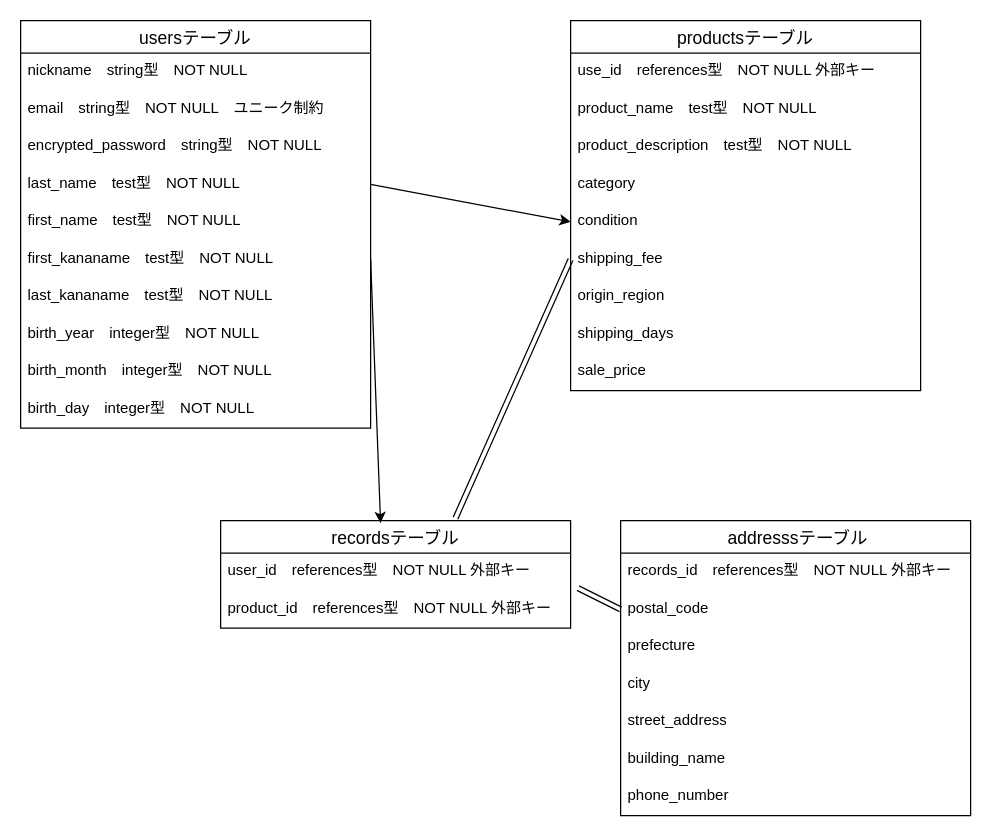
Above: furimaER.dio in miniity/furima-39581 (draw.io), before the change. Source tidied: cells renumbered, new cells numbered last; positions are measured from the earlier drawing's top-left corner, leaving out a move shared by most shapes. Both pictures are drawn from the tidied source at 125%, with x=0, y=0 at pixel (20, 20).
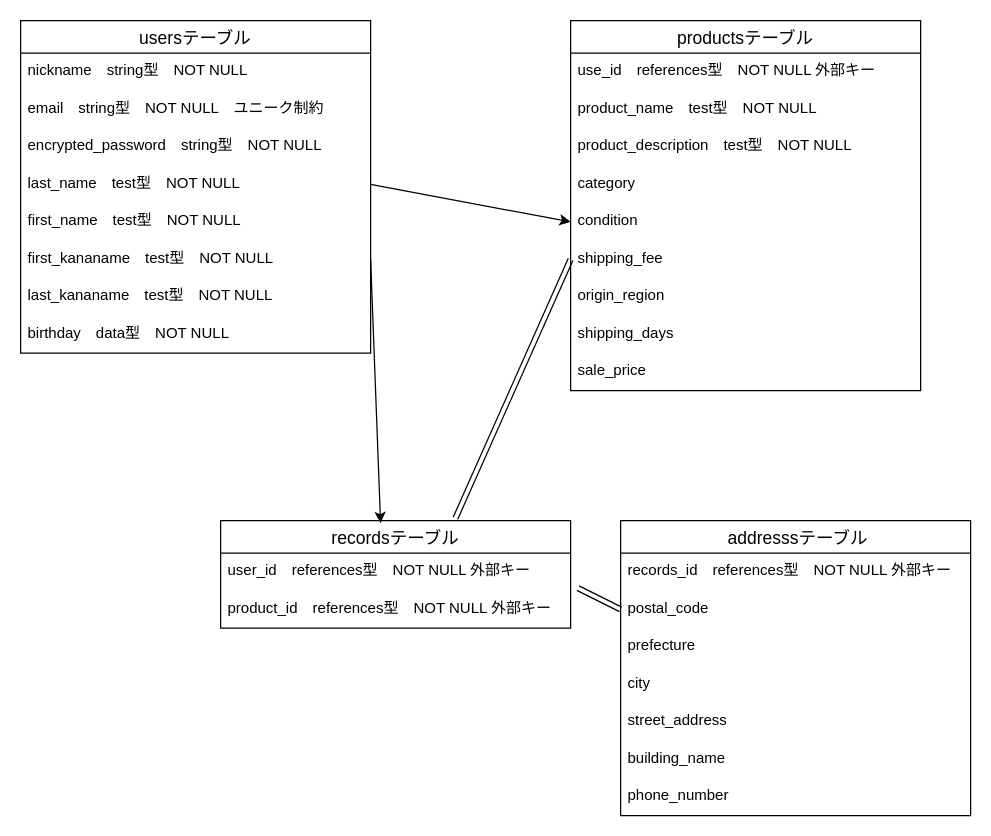
Above is the later version.

Commit message (it also covers changes not shown here):
データベース設計-修正①

The edit, as a diff of the source:
```diff
@@
     <mxCell id="2" value="usersテーブル" style="swimlane;fontStyle=0;horizontal=1;startSize=26;align=center;fontSize=14;" parent="1" vertex="1">
-      <mxGeometry width="280" height="326" as="geometry" />
+      <mxGeometry width="280" height="266" as="geometry" />
     </mxCell>
@@
-    <mxCell id="10" value="birth_year　integer型　NOT NULL" style="text;strokeColor=none;fillColor=none;spacingLeft=4;spacingRight=4;overflow=hidden;fontSize=12;" parent="2" vertex="1">
-      <mxGeometry y="236" width="280" height="30" as="geometry" />
-    </mxCell>
-    <mxCell id="11" value="birth_month　integer型　NOT NULL" style="text;strokeColor=none;fillColor=none;spacingLeft=4;spacingRight=4;overflow=hidden;fontSize=12;" parent="2" vertex="1">
-      <mxGeometry y="266" width="280" height="30" as="geometry" />
-    </mxCell>
-    <mxCell id="12" value="birth_day　integer型　NOT NULL" style="text;strokeColor=none;fillColor=none;spacingLeft=4;spacingRight=4;overflow=hidden;fontSize=12;" parent="2" vertex="1">
-      <mxGeometry y="296" width="280" height="30" as="geometry" />
+    <mxCell id="12" value="birthday　data型　NOT NULL" style="text;strokeColor=none;fillColor=none;spacingLeft=4;spacingRight=4;overflow=hidden;fontSize=12;" parent="2" vertex="1">
+      <mxGeometry y="236" width="280" height="30" as="geometry" />
     </mxCell>
```
